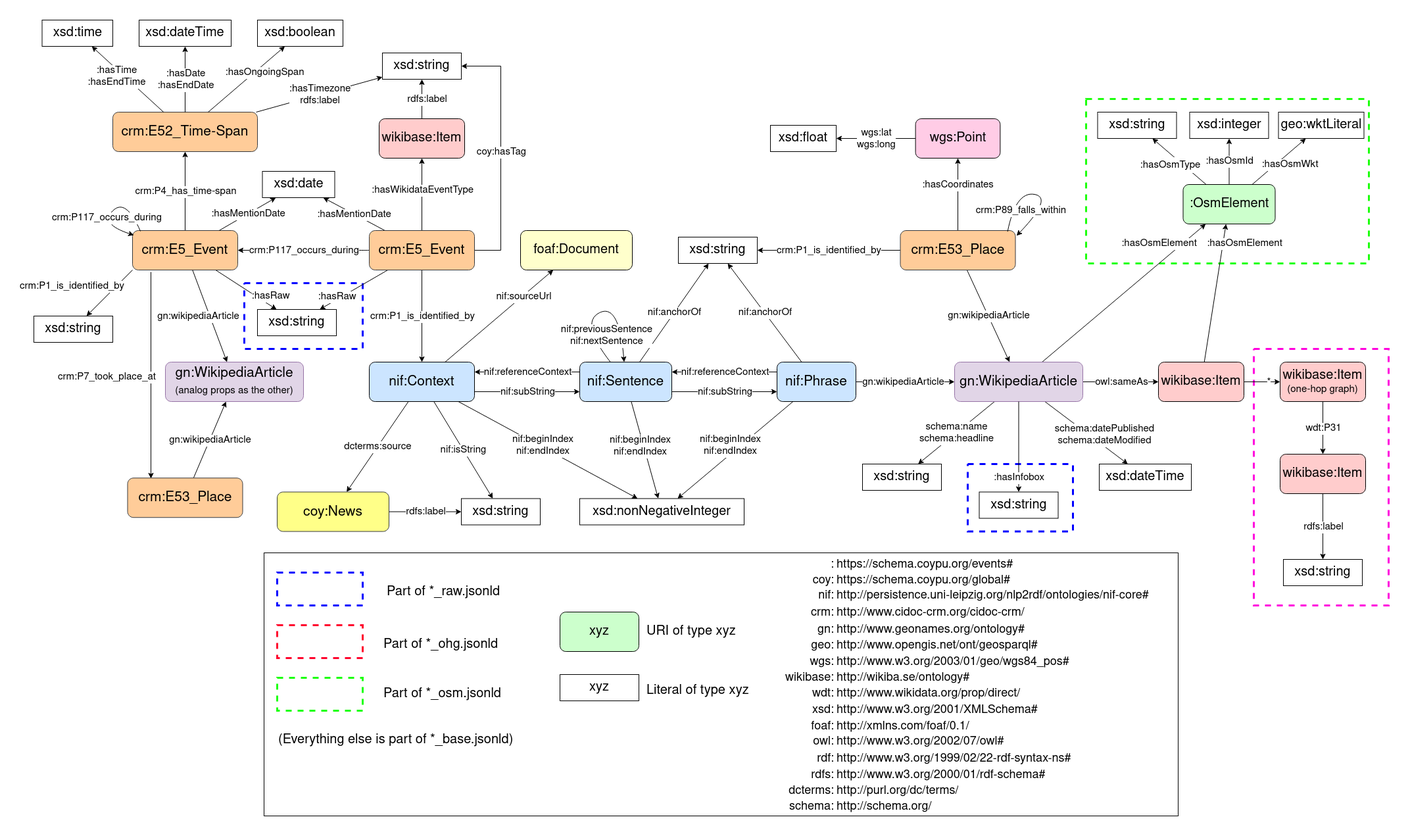
This is docs/Schema.drawio.png from semantic-systems/current-events-to-kg, a draw.io export, as it was before one commit. Source tidied: cells renumbered, new cells last; positions are measured from the earlier drawing's top-left corner, leaving out a move shared by most shapes.
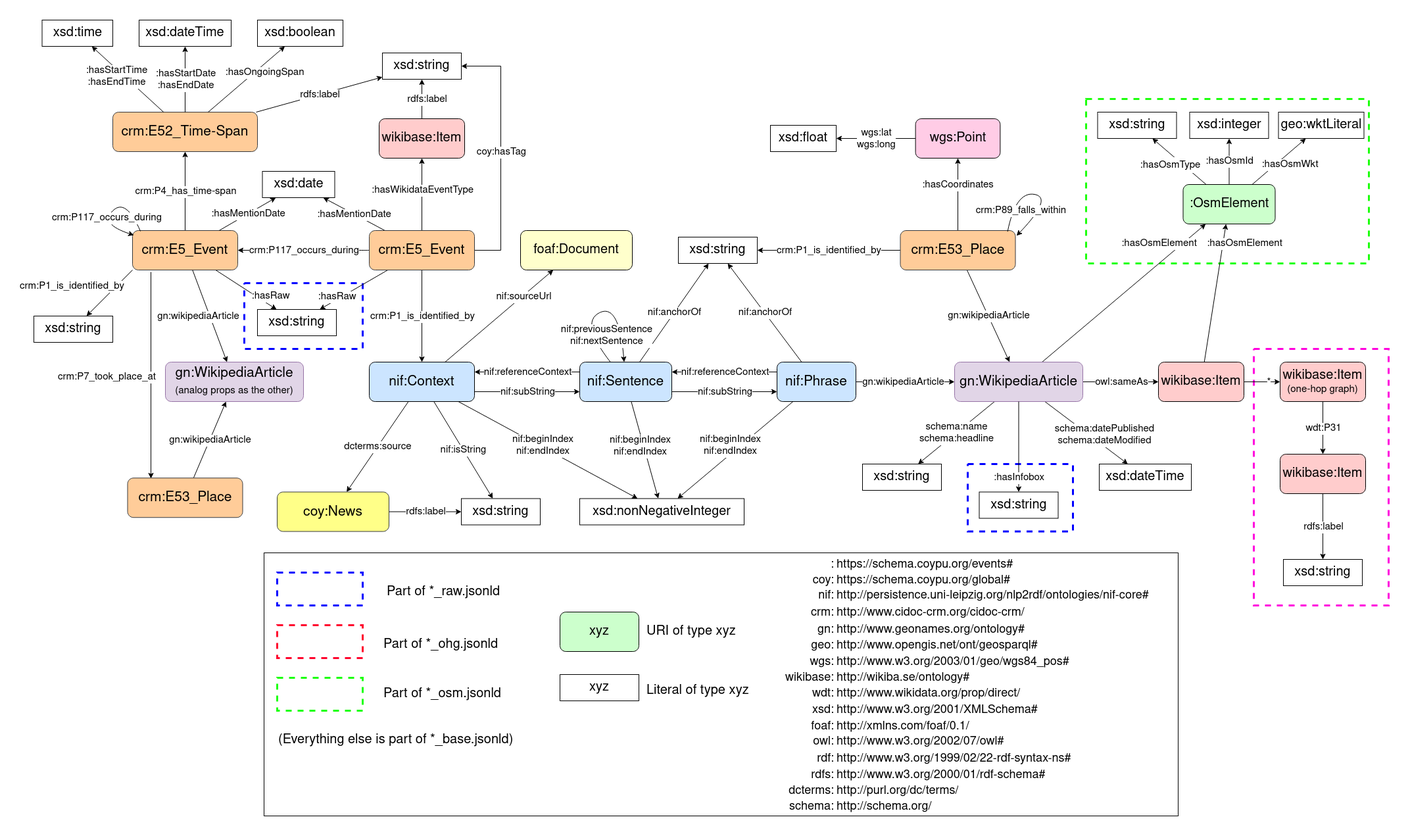
The same file after the commit.

The edit, as a diff of the source:
```diff
@@ -534,7 +534,7 @@
     <mxCell id="165" style="edgeStyle=none;rounded=0;jettySize=auto;html=1;fontSize=15;" parent="1" edge="1" source="167" target="195">
       <mxGeometry relative="1" as="geometry" />
     </mxCell>
-    <mxCell id="166" value="&lt;div&gt;:hasTimezone&lt;br&gt;&lt;/div&gt;&lt;div&gt;rdfs:label&lt;/div&gt;" style="edgeLabel;html=1;align=center;verticalAlign=middle;fontSize=15;" parent="165" vertex="1">
+    <mxCell id="166" value="&lt;div&gt;rdfs:label&lt;/div&gt;" style="edgeLabel;html=1;align=center;verticalAlign=middle;fontSize=15;" parent="165" vertex="1">
       <mxGeometry relative="1" as="geometry" />
     </mxCell>
     <mxCell id="167" value="&lt;font style=&quot;font-size: 21px;&quot;&gt;crm:E52_Time-Span&lt;/font&gt;" style="rounded=1;whiteSpace=wrap;html=1;labelBackgroundColor=none;fontFamily=Helvetica;fontSize=15;fillColor=#ffcc99;strokeColor=#36393d;" parent="1" vertex="1">
@@ -543,7 +543,7 @@
     <mxCell id="168" style="edgeStyle=none;rounded=0;jettySize=auto;html=1;fontSize=21;" parent="1" edge="1" source="167" target="170">
       <mxGeometry relative="1" as="geometry" />
     </mxCell>
-    <mxCell id="169" value="&lt;div style=&quot;font-size: 15px;&quot;&gt;&lt;font style=&quot;font-size: 15px;&quot;&gt;:hasDate&lt;/font&gt;&lt;/div&gt;&lt;div style=&quot;font-size: 15px;&quot;&gt;&lt;font style=&quot;font-size: 15px;&quot;&gt;:hasEndDate&lt;/font&gt;&lt;/div&gt;" style="edgeLabel;html=1;align=center;verticalAlign=middle;fontSize=21;" parent="168" vertex="1">
+    <mxCell id="169" value="&lt;div style=&quot;font-size: 15px;&quot;&gt;&lt;font style=&quot;font-size: 15px;&quot;&gt;:hasStartDate&lt;/font&gt;&lt;/div&gt;&lt;div style=&quot;font-size: 15px;&quot;&gt;&lt;font style=&quot;font-size: 15px;&quot;&gt;:hasEndDate&lt;/font&gt;&lt;/div&gt;" style="edgeLabel;html=1;align=center;verticalAlign=middle;fontSize=21;" parent="168" vertex="1">
       <mxGeometry relative="1" as="geometry" />
     </mxCell>
     <mxCell id="170" value="&lt;font style=&quot;font-size: 20px;&quot;&gt;xsd:dateTime&lt;/font&gt;" style="rounded=0;whiteSpace=wrap;html=1;labelBackgroundColor=default;fontFamily=Helvetica;fontSize=15;fontColor=default;fillColor=none;gradientColor=none;" parent="1" vertex="1">
@@ -563,7 +563,7 @@
     <mxCell id="174" style="rounded=0;jettySize=auto;html=1;" parent="1" edge="1" source="167" target="176">
       <mxGeometry relative="1" as="geometry" />
     </mxCell>
-    <mxCell id="175" value="&lt;div&gt;:hasTime&lt;/div&gt;&lt;div&gt;:hasEndTime&lt;br&gt;&lt;/div&gt;" style="edgeLabel;html=1;align=center;verticalAlign=middle;fontSize=15;" parent="174" vertex="1">
+    <mxCell id="175" value="&lt;div&gt;:hasStartTime&lt;/div&gt;&lt;div&gt;:hasEndTime&lt;br&gt;&lt;/div&gt;" style="edgeLabel;html=1;align=center;verticalAlign=middle;fontSize=15;" parent="174" vertex="1">
       <mxGeometry relative="1" as="geometry">
         <mxPoint x="-17" y="-5" as="offset" />
       </mxGeometry>
```
